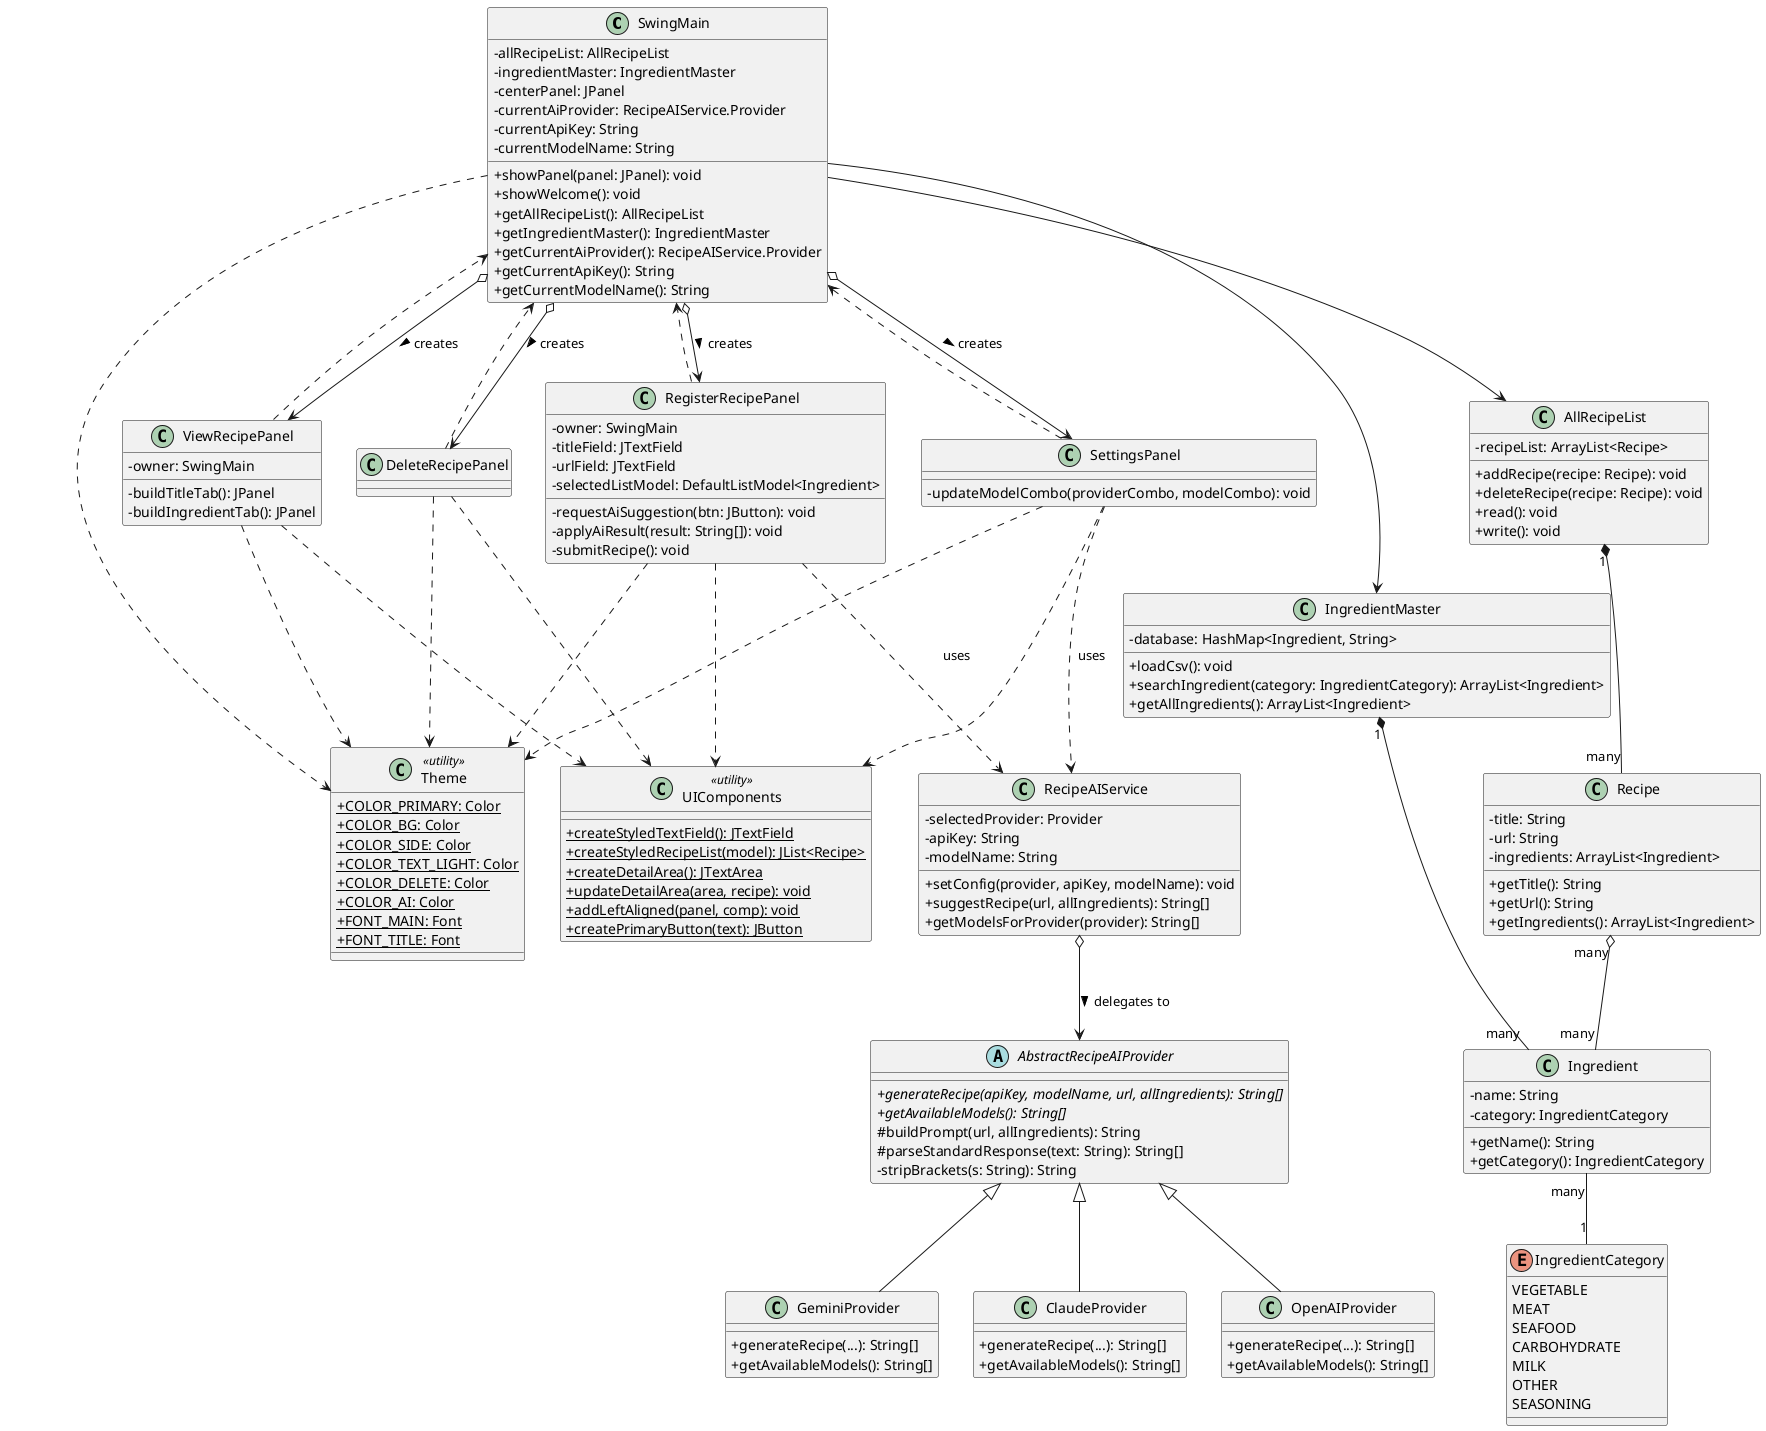
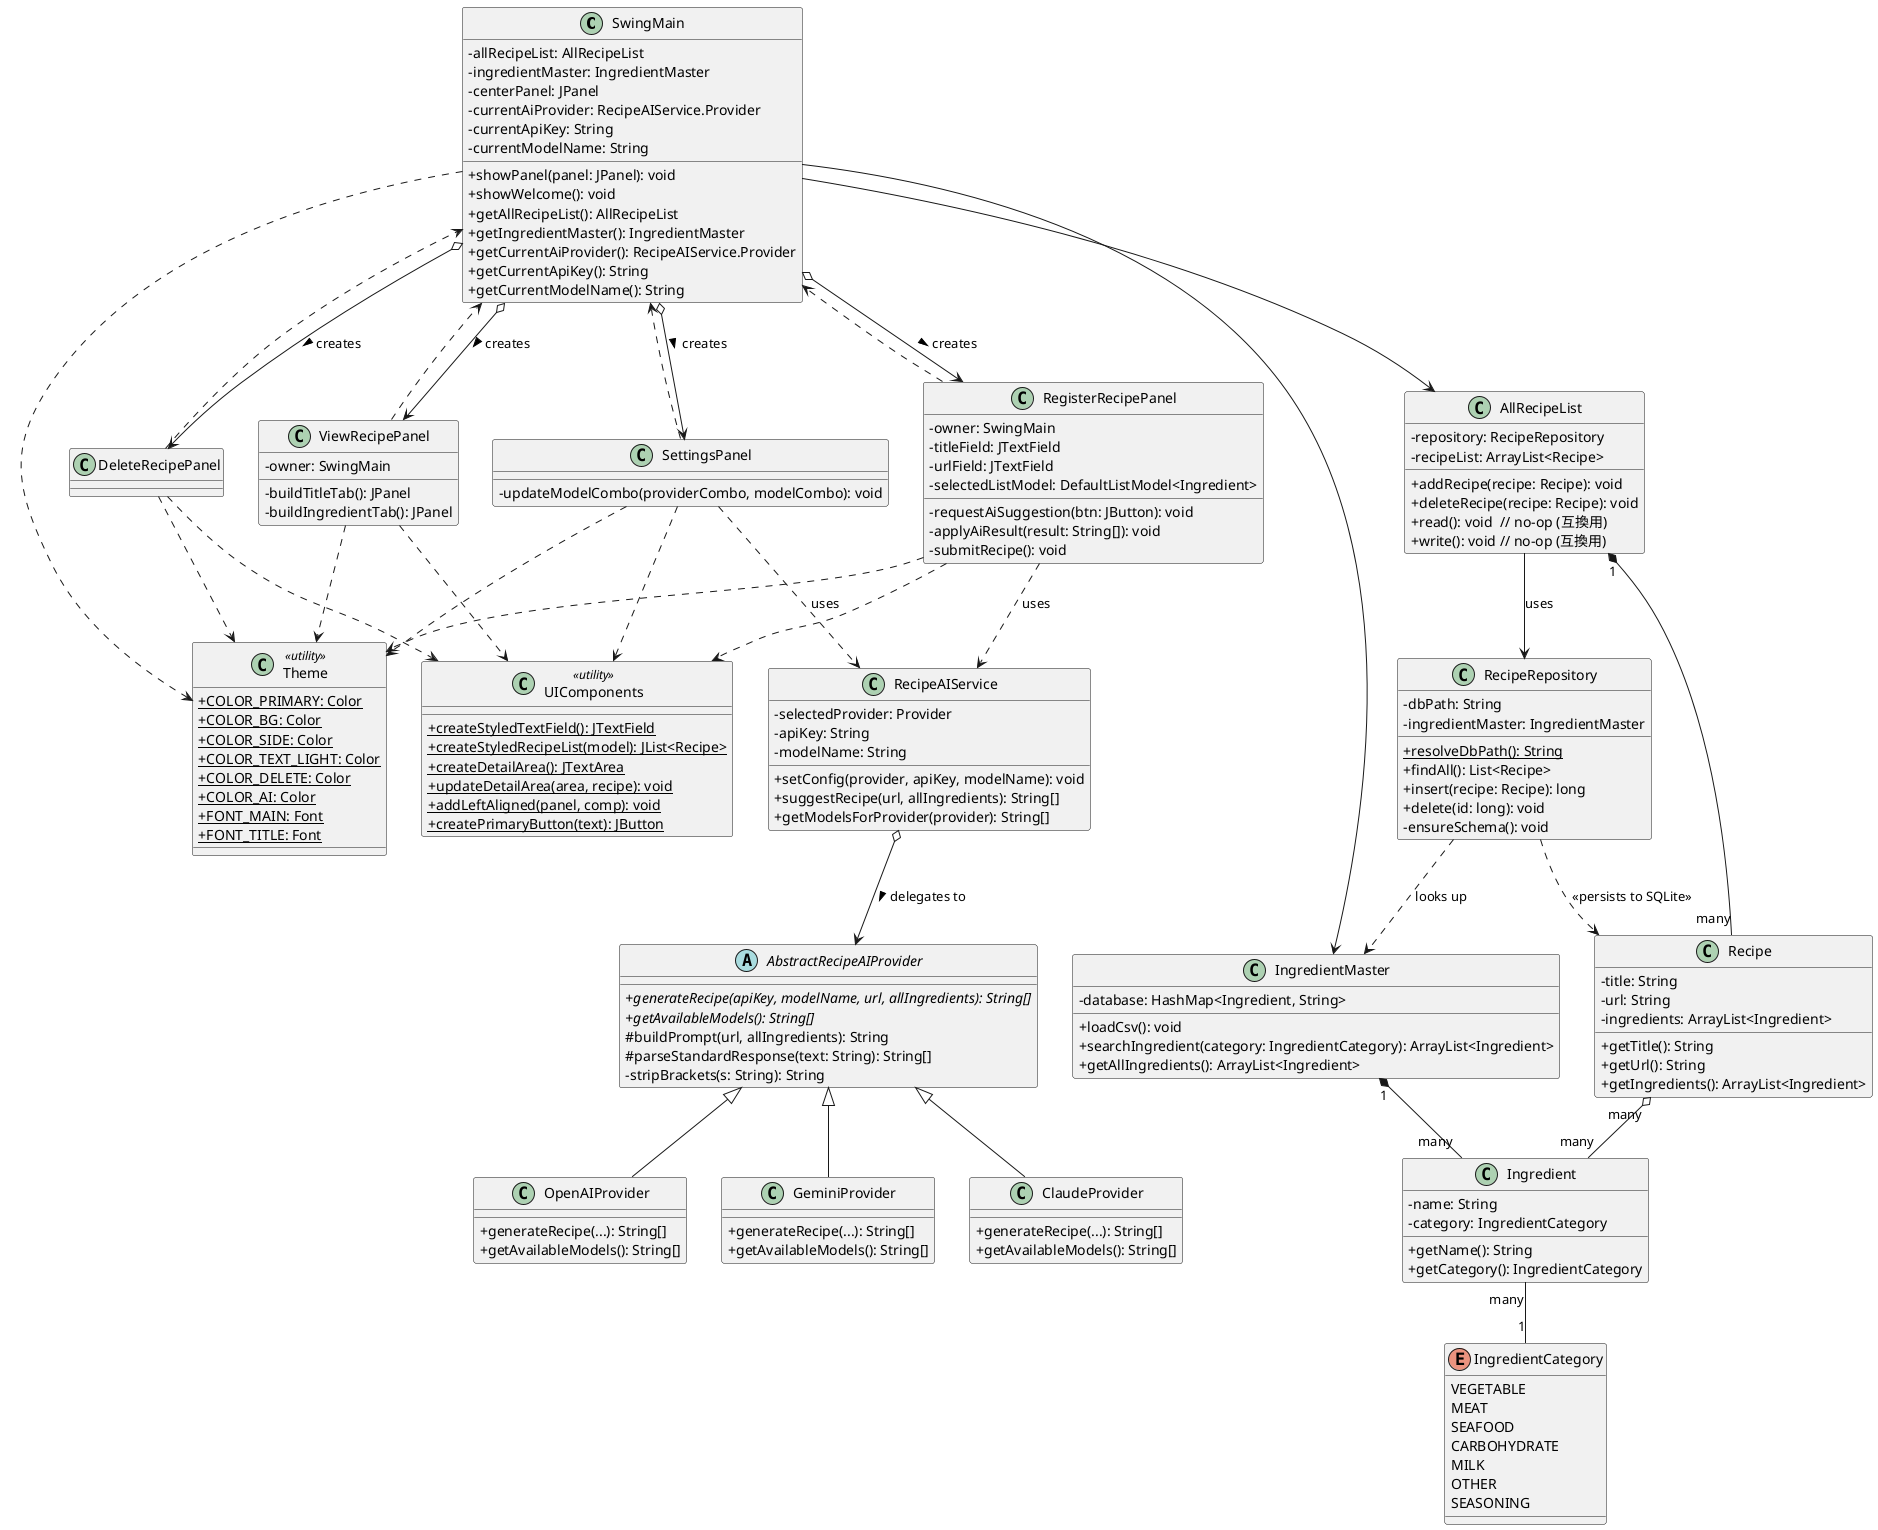
@startuml
skinparam ClassAttributeIconSize 0

' ===== UI 層 =====
class SwingMain {
    - allRecipeList: AllRecipeList
    - ingredientMaster: IngredientMaster
    - centerPanel: JPanel
    - currentAiProvider: RecipeAIService.Provider
    - currentApiKey: String
    - currentModelName: String
    + showPanel(panel: JPanel): void
    + showWelcome(): void
    + getAllRecipeList(): AllRecipeList
    + getIngredientMaster(): IngredientMaster
    + getCurrentAiProvider(): RecipeAIService.Provider
    + getCurrentApiKey(): String
    + getCurrentModelName(): String
}

class RegisterRecipePanel {
    - owner: SwingMain
    - titleField: JTextField
    - urlField: JTextField
    - selectedListModel: DefaultListModel<Ingredient>
    - requestAiSuggestion(btn: JButton): void
    - applyAiResult(result: String[]): void
    - submitRecipe(): void
}

class ViewRecipePanel {
    - owner: SwingMain
    - buildTitleTab(): JPanel
    - buildIngredientTab(): JPanel
}

class DeleteRecipePanel {
}

class SettingsPanel {
    - updateModelCombo(providerCombo, modelCombo): void
}

class Theme <<utility>> {
    + {static} COLOR_PRIMARY: Color
    + {static} COLOR_BG: Color
    + {static} COLOR_SIDE: Color
    + {static} COLOR_TEXT_LIGHT: Color
    + {static} COLOR_DELETE: Color
    + {static} COLOR_AI: Color
    + {static} FONT_MAIN: Font
    + {static} FONT_TITLE: Font
}

class UIComponents <<utility>> {
    + {static} createStyledTextField(): JTextField
    + {static} createStyledRecipeList(model): JList<Recipe>
    + {static} createDetailArea(): JTextArea
    + {static} updateDetailArea(area, recipe): void
    + {static} addLeftAligned(panel, comp): void
    + {static} createPrimaryButton(text): JButton
}

' ===== ドメイン層 =====
enum IngredientCategory {
    VEGETABLE
    MEAT
    SEAFOOD
    CARBOHYDRATE
    MILK
    OTHER
    SEASONING
}

class Ingredient {
    - name: String
    - category: IngredientCategory
    + getName(): String
    + getCategory(): IngredientCategory
}

class Recipe {
    - title: String
    - url: String
    - ingredients: ArrayList<Ingredient>
    + getTitle(): String
    + getUrl(): String
    + getIngredients(): ArrayList<Ingredient>
}

class IngredientMaster {
    - database: HashMap<Ingredient, String>
    + loadCsv(): void
    + searchIngredient(category: IngredientCategory): ArrayList<Ingredient>
    + getAllIngredients(): ArrayList<Ingredient>
}

class AllRecipeList {
+     - repository: RecipeRepository
    - recipeList: ArrayList<Recipe>
    + addRecipe(recipe: Recipe): void
    + deleteRecipe(recipe: Recipe): void
-     + read(): void
-     + write(): void
+     + read(): void  // no-op (互換用)
+     + write(): void // no-op (互換用)
+ }
+ 
+ class RecipeRepository {
+     - dbPath: String
+     - ingredientMaster: IngredientMaster
+     + {static} resolveDbPath(): String
+     + findAll(): List<Recipe>
+     + insert(recipe: Recipe): long
+     + delete(id: long): void
+     - ensureSchema(): void
}

' ===== AI サービス層 =====
class RecipeAIService {
    - selectedProvider: Provider
    - apiKey: String
    - modelName: String
    + setConfig(provider, apiKey, modelName): void
    + suggestRecipe(url, allIngredients): String[]
    + getModelsForProvider(provider): String[]
}

abstract class AbstractRecipeAIProvider {
    + {abstract} generateRecipe(apiKey, modelName, url, allIngredients): String[]
    + {abstract} getAvailableModels(): String[]
    # buildPrompt(url, allIngredients): String
    # parseStandardResponse(text: String): String[]
    - stripBrackets(s: String): String
}

class OpenAIProvider {
    + generateRecipe(...): String[]
    + getAvailableModels(): String[]
}

class GeminiProvider {
    + generateRecipe(...): String[]
    + getAvailableModels(): String[]
}

class ClaudeProvider {
    + generateRecipe(...): String[]
    + getAvailableModels(): String[]
}

' ===== 関連 =====
SwingMain --> AllRecipeList
SwingMain --> IngredientMaster
SwingMain o--> RegisterRecipePanel : creates >
SwingMain o--> ViewRecipePanel : creates >
SwingMain o--> DeleteRecipePanel : creates >
SwingMain o--> SettingsPanel : creates >

RegisterRecipePanel ..> SwingMain
ViewRecipePanel    ..> SwingMain
DeleteRecipePanel  ..> SwingMain
SettingsPanel      ..> SwingMain

RegisterRecipePanel ..> RecipeAIService : uses
SettingsPanel       ..> RecipeAIService : uses

RegisterRecipePanel ..> UIComponents
ViewRecipePanel     ..> UIComponents
DeleteRecipePanel   ..> UIComponents
SettingsPanel       ..> UIComponents
SwingMain           ..> Theme
RegisterRecipePanel ..> Theme
ViewRecipePanel     ..> Theme
DeleteRecipePanel   ..> Theme
SettingsPanel       ..> Theme

RecipeAIService o--> AbstractRecipeAIProvider : delegates to >
AllRecipeList "1" *-- "many" Recipe
+ AllRecipeList --> RecipeRepository : uses
+ RecipeRepository ..> IngredientMaster : looks up
+ RecipeRepository ..> Recipe : <<persists to SQLite>>
Recipe "many" o-- "many" Ingredient
Ingredient "many" -- "1" IngredientCategory
IngredientMaster "1" *-- "many" Ingredient

' 継承
AbstractRecipeAIProvider <|-- OpenAIProvider
AbstractRecipeAIProvider <|-- GeminiProvider
AbstractRecipeAIProvider <|-- ClaudeProvider

@enduml
